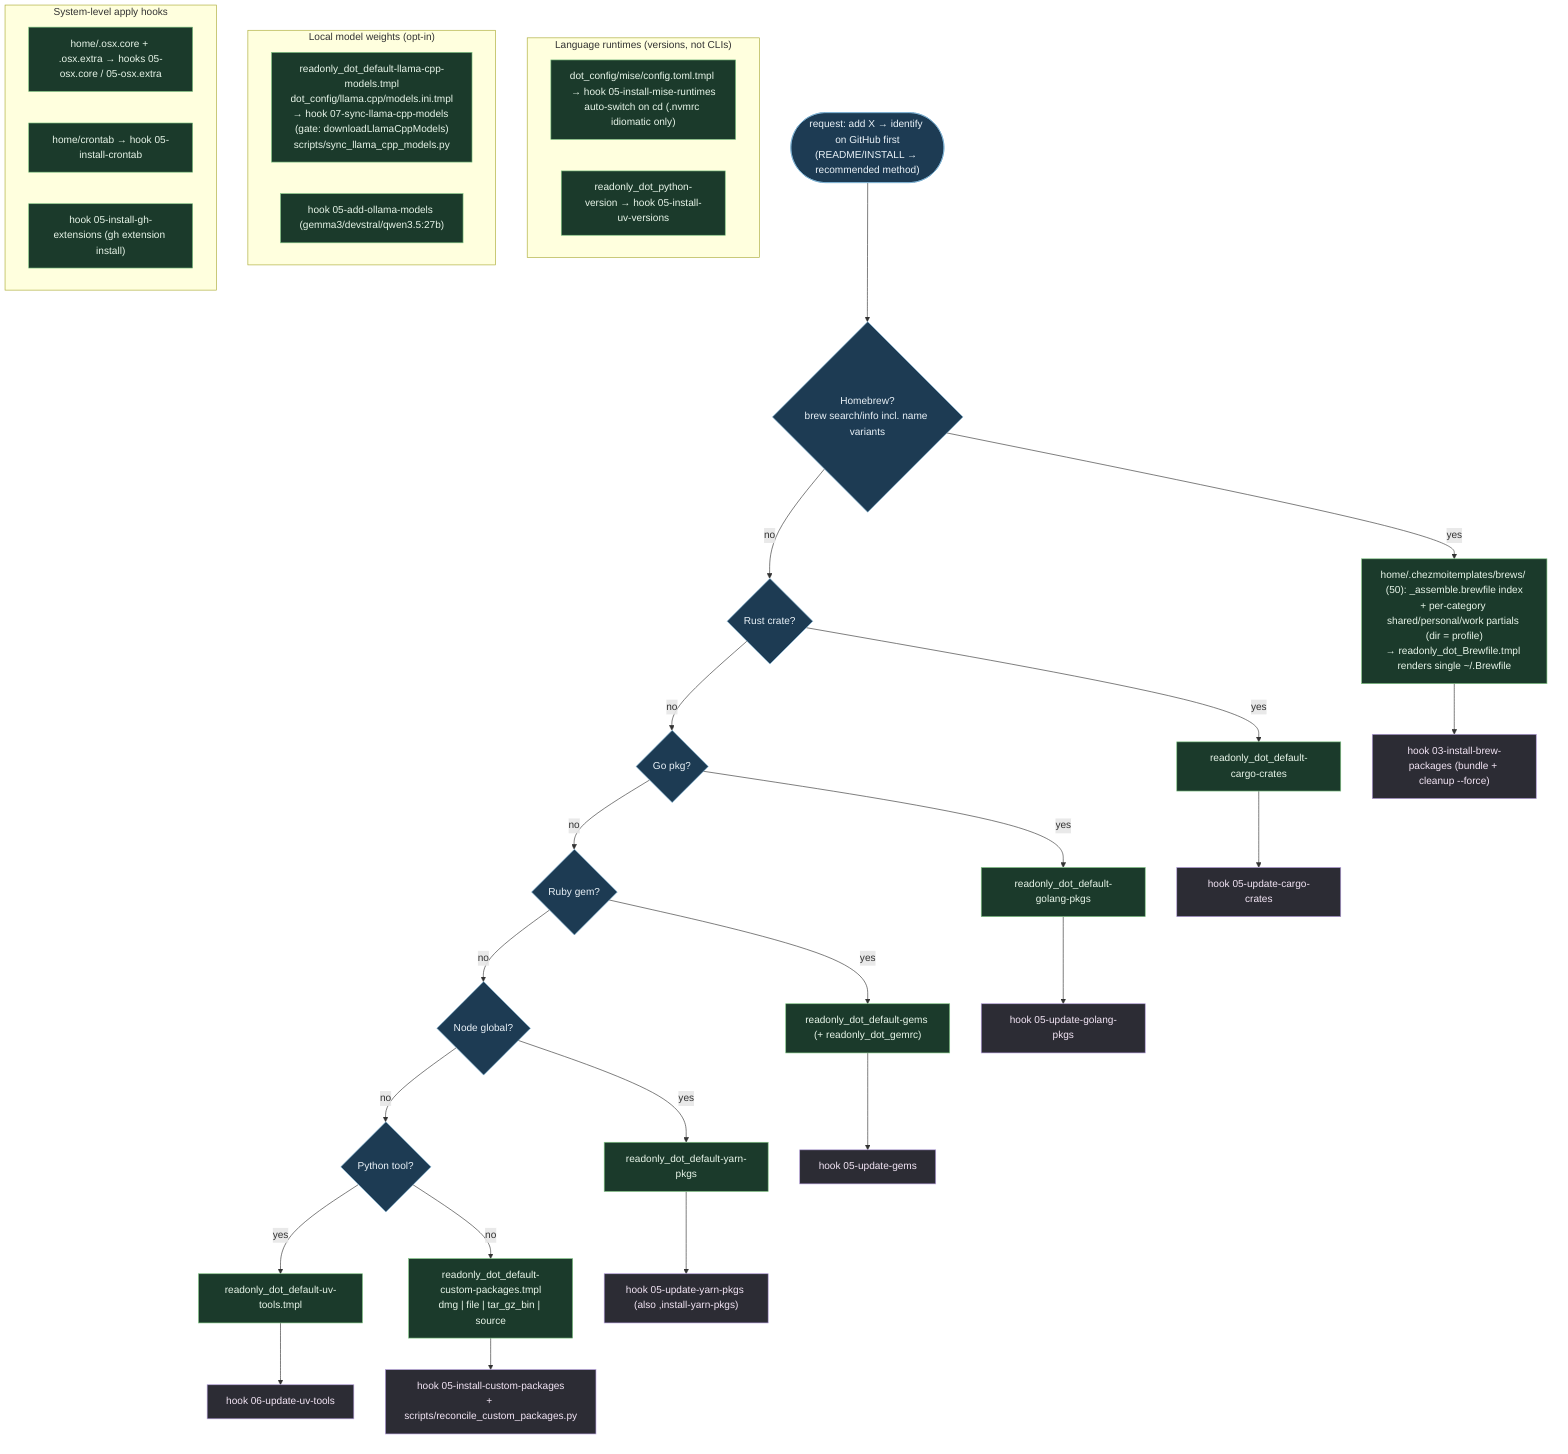
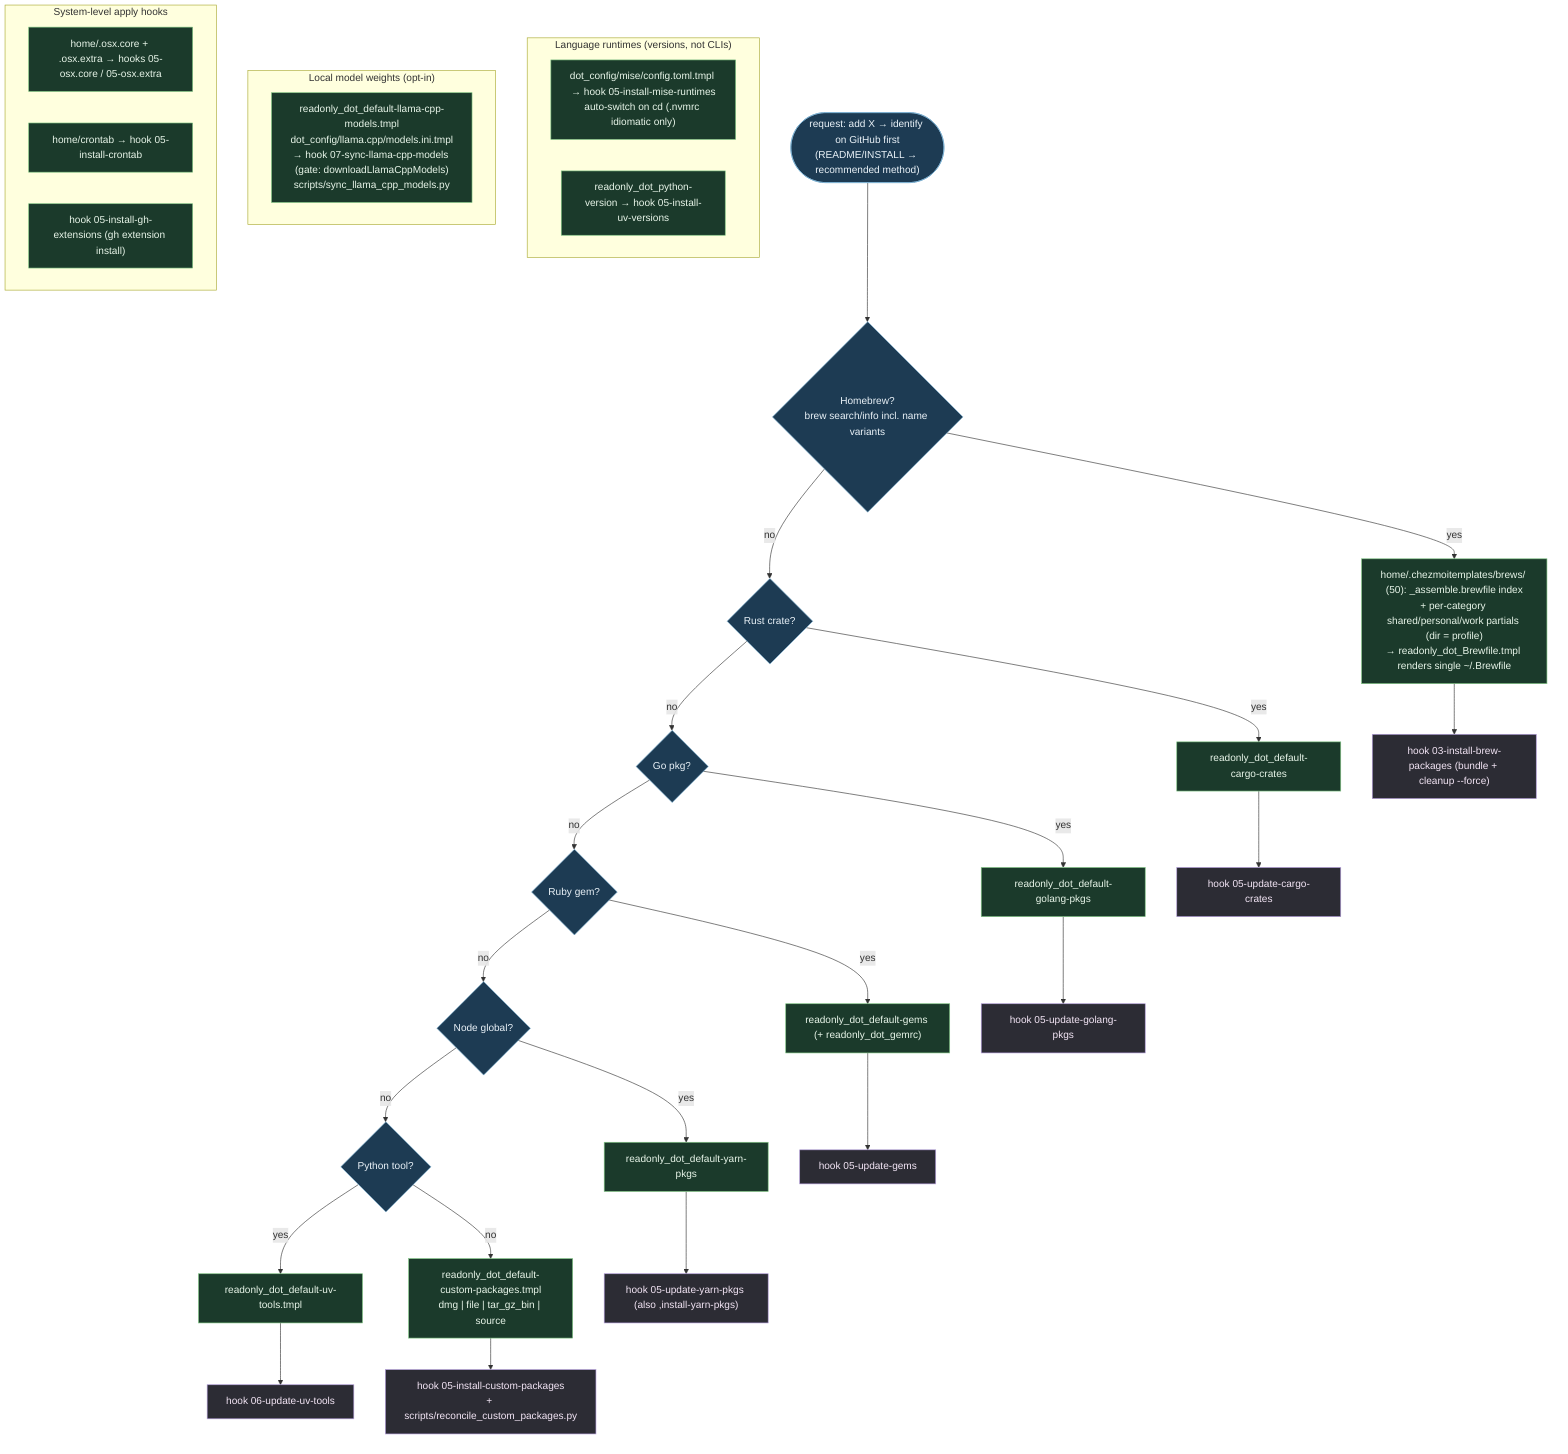
%% ============================================================================
%% 02-package-management.mmd — "add X" decision ladder + every declarative
%% package list and its sync hook. Stop at first suitable match top-down.
%% Lists live at home/readonly_dot_default-* (deployed to ~/.default-*).
%% ============================================================================
flowchart TD
    classDef q fill:#1d3b53,stroke:#7fb3d5,color:#eaf2f8;
    classDef reg fill:#1b3a2b,stroke:#81c784,color:#e8f5e9;
    classDef hook fill:#2c2c34,stroke:#b39ddb,color:#f3e5f5;

    ADD(["request: add X → identify on GitHub first<br/>(README/INSTALL → recommended method)"]):::q

    ADD --> BREW{"Homebrew?<br/>brew search/info incl. name variants"}:::q
    BREW -- yes --> BREWF["home/.chezmoitemplates/brews/ (50): _assemble.brewfile index<br/>+ per-category shared/personal/work partials (dir = profile)<br/>→ readonly_dot_Brewfile.tmpl renders single ~/.Brewfile"]:::reg
    BREW -- no --> CARGO{Rust crate?}:::q
    CARGO -- yes --> CARGOF["readonly_dot_default-cargo-crates"]:::reg
    CARGO -- no --> GO{Go pkg?}:::q
    GO -- yes --> GOF["readonly_dot_default-golang-pkgs"]:::reg
    GO -- no --> GEM{Ruby gem?}:::q
    GEM -- yes --> GEMF["readonly_dot_default-gems (+ readonly_dot_gemrc)"]:::reg
    GEM -- no --> YARN{Node global?}:::q
    YARN -- yes --> YARNF["readonly_dot_default-yarn-pkgs"]:::reg
    YARN -- no --> UV{Python tool?}:::q
    UV -- yes --> UVF["readonly_dot_default-uv-tools.tmpl"]:::reg
    UV -- no --> CUSTOM["readonly_dot_default-custom-packages.tmpl<br/>dmg | file | tar_gz_bin | source"]:::reg

    BREWF --> H3["hook 03-install-brew-packages (bundle + cleanup --force)"]:::hook
    CARGOF --> H5c["hook 05-update-cargo-crates"]:::hook
    GOF --> H5g["hook 05-update-golang-pkgs"]:::hook
    GEMF --> H5r["hook 05-update-gems"]:::hook
    YARNF --> H5y["hook 05-update-yarn-pkgs (also ,install-yarn-pkgs)"]:::hook
    UVF --> H6["hook 06-update-uv-tools"]:::hook
    CUSTOM --> H5x["hook 05-install-custom-packages<br/>+ scripts/reconcile_custom_packages.py"]:::hook

    subgraph RUNTIMES["Language runtimes (versions, not CLIs)"]
        MISE["dot_config/mise/config.toml.tmpl → hook 05-install-mise-runtimes<br/>auto-switch on cd (.nvmrc idiomatic only)"]:::reg
        PYV["readonly_dot_python-version → hook 05-install-uv-versions"]:::reg
    end

    subgraph LOCALAI["Local model weights (opt-in)"]
        LLAMA["readonly_dot_default-llama-cpp-models.tmpl<br/>dot_config/llama.cpp/models.ini.tmpl<br/>→ hook 07-sync-llama-cpp-models (gate: downloadLlamaCppModels)<br/>scripts/sync_llama_cpp_models.py"]:::reg
-         OLLAMA["hook 05-add-ollama-models (gemma3/devstral/qwen3.5:27b)"]:::reg
    end

    subgraph SYSTEM["System-level apply hooks"]
        OSX["home/.osx.core + .osx.extra → hooks 05-osx.core / 05-osx.extra"]:::reg
        CRON["home/crontab → hook 05-install-crontab"]:::reg
        GHEXT["hook 05-install-gh-extensions (gh extension install)"]:::reg
    end
